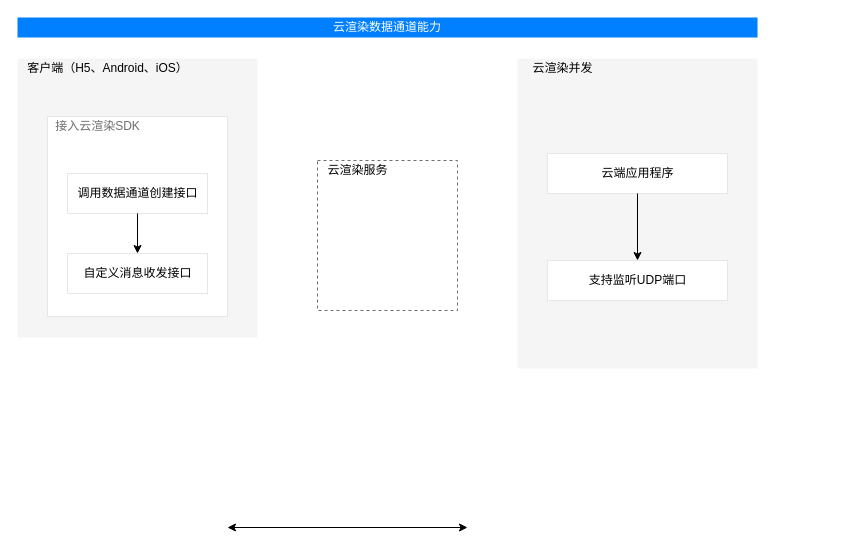
The draw.io diagram 未命名绘图.drawio in 2015302580336/cloud_rendering, before the edit. Source tidied: cells renumbered, new cells numbered last; positions are measured from the earlier drawing's top-left corner, leaving out a move shared by most shapes. Both pictures are drawn from the tidied source at 100%, with x=0, y=0 at pixel (17, 17).
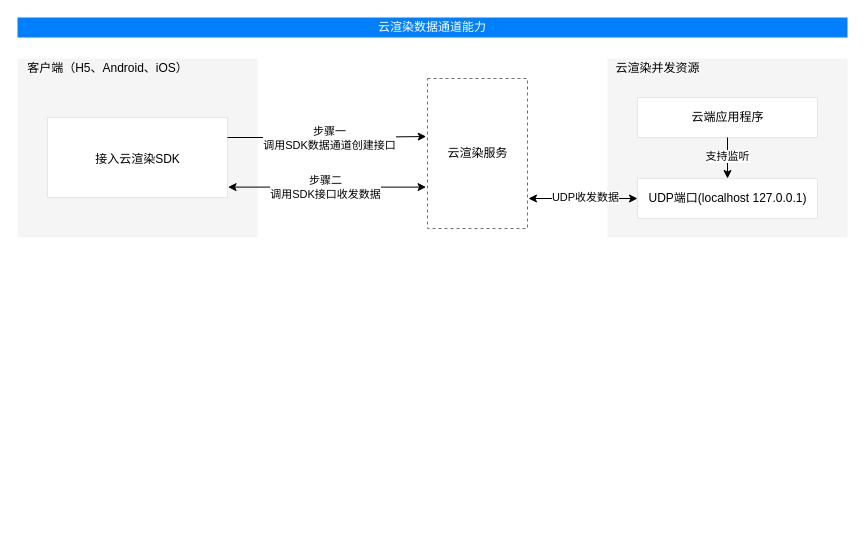
The same page after the edit.

Commit message:
Update 未命名绘图.drawio

The change refers to these unchanged cells:
```xml
<mxCell id="10" style="edgeStyle=orthogonalEdgeStyle;rounded=0;jettySize=auto;html=1;exitX=0.5;exitY=1;exitDx=0;exitDy=0;entryX=0.5;entryY=0;entryDx=0;entryDy=0;fontColor=#B3B3B3;" parent="1" edge="1" source="8" target="15">
  <mxGeometry relative="1" as="geometry" />
</mxCell>
<mxCell id="15" style="rounded=0;whiteSpace=wrap;html=1;labelBackgroundColor=none;fontColor=#B3B3B3;strokeColor=#E6E6E6;" parent="14" vertex="1">
  <mxGeometry width="180" height="40" as="geometry" />
</mxCell>
```

Change to the diagram source:
```diff
@@
     <mxCell id="2" style="rounded=0;whiteSpace=wrap;html=1;fillColor=#f5f5f5;strokeColor=none;fontColor=#333333;" parent="1" vertex="1">
-      <mxGeometry y="41" width="240" height="279" as="geometry" />
+      <mxGeometry y="41" width="240" height="179" as="geometry" />
     </mxCell>
-    <mxCell id="3" style="rounded=0;whiteSpace=wrap;html=1;strokeColor=#E6E6E6;" parent="1" vertex="1">
-      <mxGeometry x="30" y="99" width="180" height="200" as="geometry" />
-    </mxCell>
     <mxCell id="4" style="rounded=0;whiteSpace=wrap;html=1;fillColor=#f5f5f5;strokeColor=none;fontColor=#333333;" parent="1" vertex="1">
-      <mxGeometry x="500" y="41" width="240" height="310" as="geometry" />
+      <mxGeometry x="590" y="41" width="240" height="179" as="geometry" />
     </mxCell>
@@
-    <mxCell id="6" value="云渲染并发" style="text;html=1;align=center;verticalAlign=middle;fillColor=none;strokeColor=none;rounded=0;rotation=0;" parent="1" vertex="1">
-      <mxGeometry x="505" y="41" width="80" height="20" as="geometry" />
+    <mxCell id="6" value="云渲染并发资源" style="text;html=1;align=center;verticalAlign=middle;fillColor=none;strokeColor=none;rounded=0;rotation=0;" parent="1" vertex="1">
+      <mxGeometry x="590" y="41" width="100" height="20" as="geometry" />
     </mxCell>
     <mxCell id="7" style="group;" parent="1" vertex="1">
-      <mxGeometry x="530" y="136" width="180" height="40" as="geometry" />
+      <mxGeometry x="620" y="80" width="180" height="40" as="geometry" />
     </mxCell>
@@
-    <mxCell id="11" style="group;" parent="1" vertex="1">
-      <mxGeometry x="50" y="156" width="140" height="40" as="geometry" />
-    </mxCell>
-    <mxCell id="12" style="rounded=0;whiteSpace=wrap;html=1;labelBackgroundColor=none;fontColor=#B3B3B3;strokeColor=#E6E6E6;" parent="11" vertex="1">
-      <mxGeometry width="140" height="40" as="geometry" />
-    </mxCell>
-    <mxCell id="13" value="&lt;font color=&quot;#000000&quot;&gt;调用数据通道创建接口&lt;/font&gt;" style="text;html=1;align=center;verticalAlign=middle;fillColor=none;strokeColor=none;rounded=0;fontColor=#B3B3B3;labelBackgroundColor=none;" parent="11" vertex="1">
-      <mxGeometry y="10" width="140" height="20" as="geometry" />
-    </mxCell>
+    <mxCell id="27" value="支持监听" style="edgeLabel;html=1;align=center;verticalAlign=middle;fontColor=#000000;" parent="10" vertex="1">
+      <mxGeometry x="-0.1" y="-1" relative="1" as="geometry" />
+    </mxCell>
     <mxCell id="14" style="group;" parent="1" vertex="1">
-      <mxGeometry x="530" y="243" width="180" height="40" as="geometry" />
+      <mxGeometry x="620" y="161" width="180" height="40" as="geometry" />
     </mxCell>
@@
-    <mxCell id="16" value="&lt;font color=&quot;#000000&quot;&gt;支持监听UDP端口&lt;/font&gt;" style="text;html=1;align=center;verticalAlign=middle;fillColor=none;strokeColor=none;rounded=0;fontColor=#B3B3B3;labelBackgroundColor=none;" parent="14" vertex="1">
-      <mxGeometry x="35" y="10" width="110" height="20" as="geometry" />
+    <mxCell id="16" value="&lt;font color=&quot;#000000&quot;&gt;UDP端口(localhost 127.0.0.1)&lt;/font&gt;" style="text;html=1;align=center;verticalAlign=middle;fillColor=none;strokeColor=none;rounded=0;fontColor=#B3B3B3;labelBackgroundColor=none;" parent="14" vertex="1">
+      <mxGeometry x="5" y="10" width="170" height="20" as="geometry" />
     </mxCell>
-    <mxCell id="17" value="&lt;font color=&quot;#6e6e6e&quot;&gt;接入云渲染SDK&lt;/font&gt;" style="text;html=1;align=center;verticalAlign=middle;fillColor=none;strokeColor=none;rounded=0;fontColor=#B3B3B3;labelBackgroundColor=none;" parent="1" vertex="1">
-      <mxGeometry x="30" y="99" width="100" height="20" as="geometry" />
-    </mxCell>
-    <mxCell id="18" style="group;" parent="1" vertex="1">
-      <mxGeometry x="50" y="236" width="140" height="40" as="geometry" />
-    </mxCell>
-    <mxCell id="19" style="rounded=0;whiteSpace=wrap;html=1;labelBackgroundColor=none;fontColor=#B3B3B3;strokeColor=#E6E6E6;" parent="18" vertex="1">
-      <mxGeometry width="140" height="40" as="geometry" />
-    </mxCell>
-    <mxCell id="20" value="&lt;font color=&quot;#000000&quot;&gt;自定义消息收发接口&lt;/font&gt;" style="text;html=1;align=center;verticalAlign=middle;fillColor=none;strokeColor=none;rounded=0;fontColor=#B3B3B3;labelBackgroundColor=none;" parent="18" vertex="1">
-      <mxGeometry x="10" y="10" width="120" height="20" as="geometry" />
-    </mxCell>
-    <mxCell id="21" style="endArrow=classic;startArrow=classic;html=1;rounded=0;fontColor=#B3B3B3;" parent="1" edge="1">
-      <mxGeometry relative="1" as="geometry">
-        <mxPoint x="210" y="510" as="sourcePoint" />
-        <mxPoint x="450" y="510" as="targetPoint" />
-      </mxGeometry>
+    <mxCell id="21" style="endArrow=classic;startArrow=classic;html=1;rounded=0;fontColor=#B3B3B3;entryX=-0.014;entryY=0.724;entryDx=0;entryDy=0;exitX=1.003;exitY=0.87;exitDx=0;exitDy=0;exitPerimeter=0;entryPerimeter=0;" parent="1" edge="1" source="30" target="25">
+      <mxGeometry relative="1" as="geometry" />
     </mxCell>
+    <mxCell id="28" value="步骤二&lt;br&gt;调用SDK接口收发数据" style="edgeLabel;html=1;align=center;verticalAlign=middle;fontColor=#000000;" parent="21" vertex="1">
+      <mxGeometry x="-0.21" y="-1" relative="1" as="geometry">
+        <mxPoint x="19" y="-1" as="offset" />
+      </mxGeometry>
+    </mxCell>
     <mxCell id="22" value="&lt;font color=&quot;#ffffff&quot;&gt;云渲染数据通道能力&lt;/font&gt;" style="rounded=0;whiteSpace=wrap;html=1;labelBackgroundColor=none;fontColor=#B3B3B3;strokeColor=none;fillColor=#007FFF;" parent="1" vertex="1">
-      <mxGeometry width="740" height="20" as="geometry" />
+      <mxGeometry width="830" height="20" as="geometry" />
     </mxCell>
-    <mxCell id="23" style="edgeStyle=orthogonalEdgeStyle;rounded=0;jettySize=auto;html=1;exitX=0.5;exitY=1;exitDx=0;exitDy=0;entryX=0.5;entryY=0;entryDx=0;entryDy=0;fontColor=#000000;" parent="1" edge="1" source="12" target="19">
-      <mxGeometry relative="1" as="geometry" />
-    </mxCell>
     <mxCell id="24" style="group;" parent="1" vertex="1">
-      <mxGeometry x="300" y="143" width="140" height="150" as="geometry" />
+      <mxGeometry x="410" y="61" width="100" height="150" as="geometry" />
     </mxCell>
     <mxCell id="25" style="rounded=0;whiteSpace=wrap;html=1;labelBackgroundColor=none;fontColor=#B3B3B3;strokeColor=#6E6E6E;fillColor=none;dashed=1;fixDash=0;" parent="24" vertex="1">
-      <mxGeometry width="140" height="150" as="geometry" />
+      <mxGeometry width="100" height="150" as="geometry" />
     </mxCell>
     <mxCell id="26" value="云渲染服务" style="text;html=1;align=center;verticalAlign=middle;fillColor=none;strokeColor=none;rounded=0;rotation=0;" parent="24" vertex="1">
-      <mxGeometry width="80" height="20" as="geometry" />
+      <mxGeometry x="10" y="65" width="80" height="20" as="geometry" />
     </mxCell>
+    <mxCell id="29" style="group;imageAlign=center;imageVerticalAlign=middle;" parent="1" vertex="1">
+      <mxGeometry x="30" y="100" width="180" height="80" as="geometry" />
+    </mxCell>
+    <mxCell id="30" style="rounded=0;whiteSpace=wrap;html=1;labelBackgroundColor=none;fontColor=#B3B3B3;strokeColor=#E6E6E6;" parent="29" vertex="1">
+      <mxGeometry width="180" height="80" as="geometry" />
+    </mxCell>
+    <mxCell id="17" value="&lt;font color=&quot;#000000&quot;&gt;接入云渲染SDK&lt;/font&gt;" style="text;html=1;align=center;verticalAlign=middle;fillColor=none;strokeColor=none;rounded=0;fontColor=#B3B3B3;labelBackgroundColor=none;" parent="29" vertex="1">
+      <mxGeometry x="40" y="32" width="100" height="20" as="geometry" />
+    </mxCell>
+    <mxCell id="31" style="edgeStyle=orthogonalEdgeStyle;rounded=0;jettySize=auto;html=1;exitX=1;exitY=0.25;exitDx=0;exitDy=0;entryX=-0.013;entryY=0.387;entryDx=0;entryDy=0;entryPerimeter=0;fontColor=#000000;" parent="1" edge="1" source="30" target="25">
+      <mxGeometry relative="1" as="geometry" />
+    </mxCell>
+    <mxCell id="32" value="步骤一&lt;br&gt;调用SDK数据通道创建接口" style="edgeLabel;html=1;align=center;verticalAlign=middle;fontColor=#000000;" parent="31" vertex="1">
+      <mxGeometry x="0.1" y="-2" relative="1" as="geometry">
+        <mxPoint x="-8" y="-1" as="offset" />
+      </mxGeometry>
+    </mxCell>
+    <mxCell id="33" style="edgeStyle=orthogonalEdgeStyle;rounded=0;jettySize=auto;html=1;exitX=0;exitY=0.5;exitDx=0;exitDy=0;entryX=1.01;entryY=0.8;entryDx=0;entryDy=0;entryPerimeter=0;fontColor=#000000;startArrow=classic;startFill=1;" parent="1" edge="1" source="15" target="25">
+      <mxGeometry relative="1" as="geometry" />
+    </mxCell>
+    <mxCell id="34" value="UDP收发数据" style="edgeLabel;html=1;align=center;verticalAlign=middle;fontColor=#000000;" parent="33" vertex="1">
+      <mxGeometry x="-0.02" y="1" relative="1" as="geometry">
+        <mxPoint y="-3" as="offset" />
+      </mxGeometry>
+    </mxCell>
```
